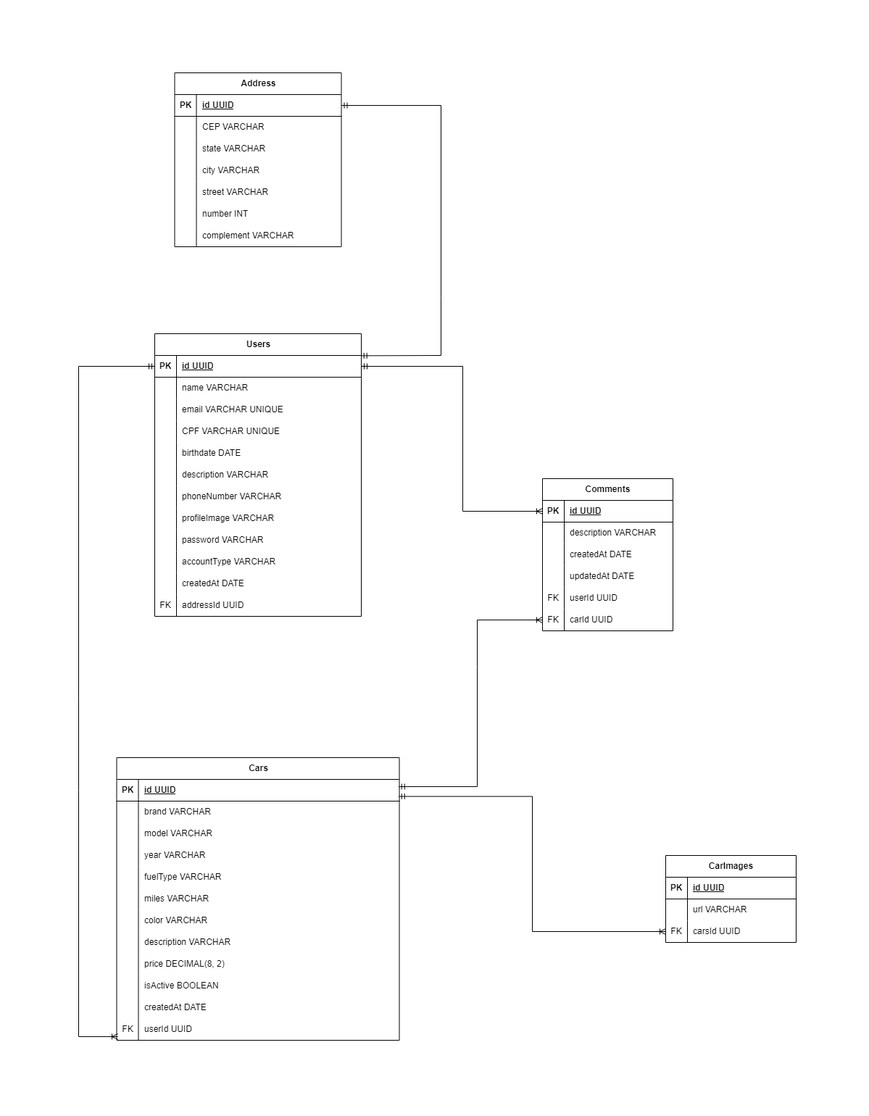
JoabeConrado19/Projeto_FullStack keeps this draw.io diagram as diagramsER.drawio.png. Above is the earlier version. Source tidied: cells renumbered, new cells last; positions are measured from the earlier drawing's top-left corner, leaving out a move shared by most shapes.
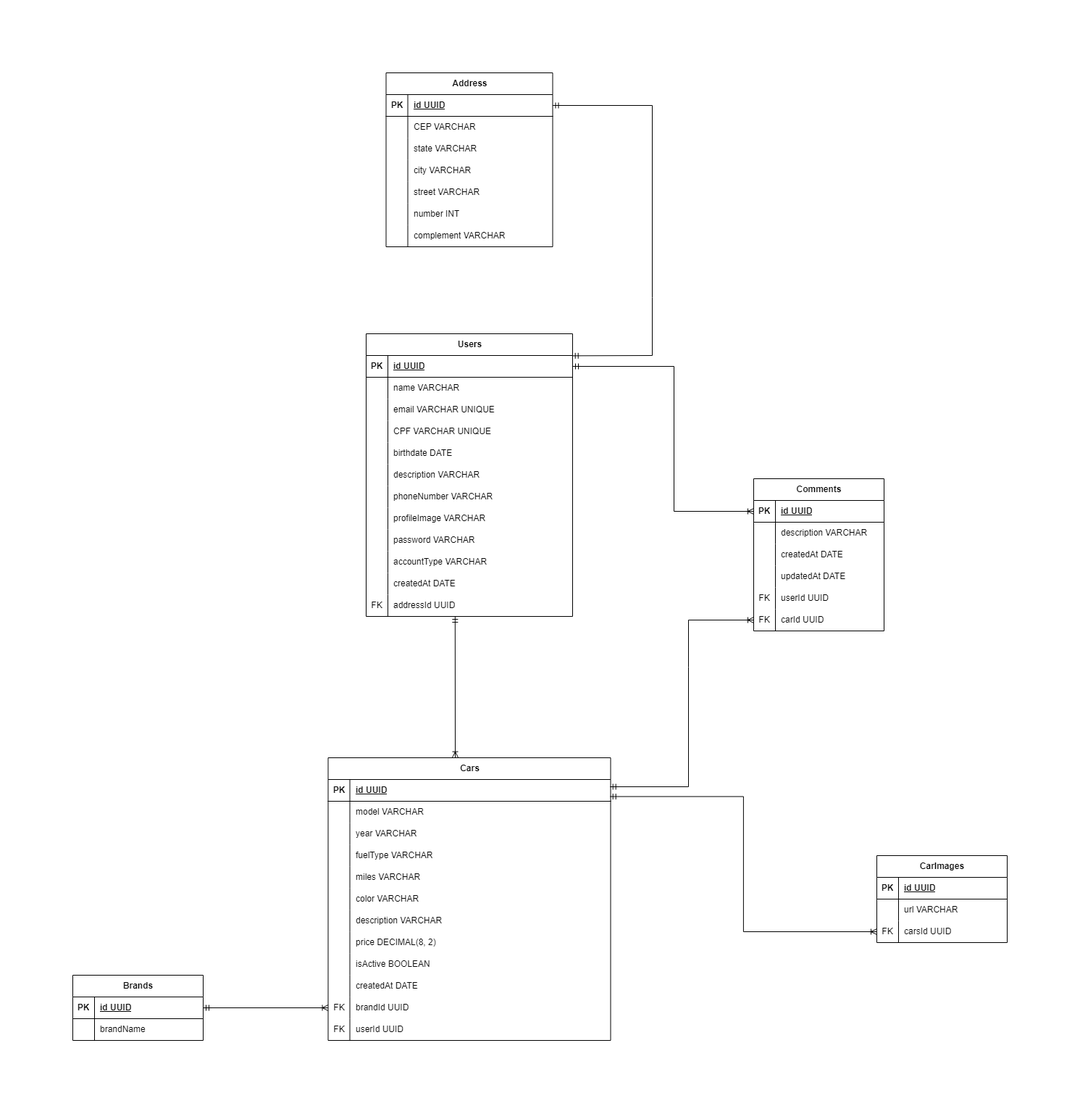
Above is the later version.

Commit message:
add: Added Brands in ER diagram

The edit, as a diff of the source:
```diff
@@ -221,17 +221,8 @@
     <mxCell id="74" value="id UUID" style="shape=partialRectangle;fillColor=none;top=0;left=0;bottom=0;right=0;align=left;spacingLeft=6;fontStyle=5;overflow=hidden;whiteSpace=wrap;html=1;" parent="72" vertex="1">
       <mxGeometry x="30" width="360" height="30" as="geometry" />
     </mxCell>
-    <mxCell id="75" style="shape=tableRow;horizontal=0;startSize=0;swimlaneHead=0;swimlaneBody=0;fillColor=none;points=[[0,0.5],[1,0.5]];portConstraint=eastwest;top=0;left=0;right=0;bottom=0;" parent="71" vertex="1">
-      <mxGeometry y="60" width="390" height="30" as="geometry" />
-    </mxCell>
-    <mxCell id="76" style="shape=partialRectangle;fillColor=none;top=0;left=0;bottom=0;right=0;overflow=hidden;whiteSpace=wrap;html=1;" parent="75" vertex="1">
-      <mxGeometry width="30" height="30" as="geometry" />
-    </mxCell>
-    <mxCell id="77" value="brand VARCHAR" style="shape=partialRectangle;fillColor=none;top=0;left=0;bottom=0;right=0;align=left;spacingLeft=6;overflow=hidden;whiteSpace=wrap;html=1;" parent="75" vertex="1">
-      <mxGeometry x="30" width="360" height="30" as="geometry" />
-    </mxCell>
     <mxCell id="78" style="shape=tableRow;horizontal=0;startSize=0;swimlaneHead=0;swimlaneBody=0;fillColor=none;top=0;left=0;right=0;bottom=0;" parent="71" vertex="1">
-      <mxGeometry y="90" width="390" height="30" as="geometry" />
+      <mxGeometry y="60" width="390" height="30" as="geometry" />
     </mxCell>
     <mxCell id="79" style="shape=partialRectangle;fillColor=none;top=0;left=0;bottom=0;right=0;overflow=hidden;whiteSpace=wrap;html=1;" parent="78" vertex="1">
       <mxGeometry width="30" height="30" as="geometry" />
@@ -240,7 +231,7 @@
       <mxGeometry x="30" width="360" height="30" as="geometry" />
     </mxCell>
     <mxCell id="81" style="shape=tableRow;horizontal=0;startSize=0;swimlaneHead=0;swimlaneBody=0;fillColor=none;top=0;left=0;right=0;bottom=0;" parent="71" vertex="1">
-      <mxGeometry y="120" width="390" height="30" as="geometry" />
+      <mxGeometry y="90" width="390" height="30" as="geometry" />
     </mxCell>
     <mxCell id="82" style="shape=partialRectangle;fillColor=none;top=0;left=0;bottom=0;right=0;overflow=hidden;whiteSpace=wrap;html=1;" parent="81" vertex="1">
       <mxGeometry width="30" height="30" as="geometry" />
@@ -249,7 +240,7 @@
       <mxGeometry x="30" width="360" height="30" as="geometry" />
     </mxCell>
     <mxCell id="84" style="shape=tableRow;horizontal=0;startSize=0;swimlaneHead=0;swimlaneBody=0;fillColor=none;top=0;left=0;right=0;bottom=0;" parent="71" vertex="1">
-      <mxGeometry y="150" width="390" height="30" as="geometry" />
+      <mxGeometry y="120" width="390" height="30" as="geometry" />
     </mxCell>
     <mxCell id="85" style="shape=partialRectangle;fillColor=none;top=0;left=0;bottom=0;right=0;overflow=hidden;whiteSpace=wrap;html=1;" parent="84" vertex="1">
       <mxGeometry width="30" height="30" as="geometry" />
@@ -258,7 +249,7 @@
       <mxGeometry x="30" width="360" height="30" as="geometry" />
     </mxCell>
     <mxCell id="87" style="shape=tableRow;horizontal=0;startSize=0;swimlaneHead=0;swimlaneBody=0;fillColor=none;top=0;left=0;right=0;bottom=0;" parent="71" vertex="1">
-      <mxGeometry y="180" width="390" height="30" as="geometry" />
+      <mxGeometry y="150" width="390" height="30" as="geometry" />
     </mxCell>
     <mxCell id="88" style="shape=partialRectangle;fillColor=none;top=0;left=0;bottom=0;right=0;overflow=hidden;whiteSpace=wrap;html=1;" parent="87" vertex="1">
       <mxGeometry width="30" height="30" as="geometry" />
@@ -267,7 +258,7 @@
       <mxGeometry x="30" width="360" height="30" as="geometry" />
     </mxCell>
     <mxCell id="90" style="shape=tableRow;horizontal=0;startSize=0;swimlaneHead=0;swimlaneBody=0;fillColor=none;top=0;left=0;right=0;bottom=0;" parent="71" vertex="1">
-      <mxGeometry y="210" width="390" height="30" as="geometry" />
+      <mxGeometry y="180" width="390" height="30" as="geometry" />
     </mxCell>
     <mxCell id="91" style="shape=partialRectangle;fillColor=none;top=0;left=0;bottom=0;right=0;overflow=hidden;whiteSpace=wrap;html=1;" parent="90" vertex="1">
       <mxGeometry width="30" height="30" as="geometry" />
@@ -276,7 +267,7 @@
       <mxGeometry x="30" width="360" height="30" as="geometry" />
     </mxCell>
     <mxCell id="93" style="shape=tableRow;horizontal=0;startSize=0;swimlaneHead=0;swimlaneBody=0;fillColor=none;top=0;left=0;right=0;bottom=0;" parent="71" vertex="1">
-      <mxGeometry y="240" width="390" height="30" as="geometry" />
+      <mxGeometry y="210" width="390" height="30" as="geometry" />
     </mxCell>
     <mxCell id="94" style="shape=partialRectangle;fillColor=none;top=0;left=0;bottom=0;right=0;overflow=hidden;whiteSpace=wrap;html=1;" parent="93" vertex="1">
       <mxGeometry width="30" height="30" as="geometry" />
@@ -285,7 +276,7 @@
       <mxGeometry x="30" width="360" height="30" as="geometry" />
     </mxCell>
     <mxCell id="96" style="shape=tableRow;horizontal=0;startSize=0;swimlaneHead=0;swimlaneBody=0;fillColor=none;top=0;left=0;right=0;bottom=0;" parent="71" vertex="1">
-      <mxGeometry y="270" width="390" height="30" as="geometry" />
+      <mxGeometry y="240" width="390" height="30" as="geometry" />
     </mxCell>
     <mxCell id="97" style="shape=partialRectangle;fillColor=none;top=0;left=0;bottom=0;right=0;overflow=hidden;whiteSpace=wrap;html=1;" parent="96" vertex="1">
       <mxGeometry width="30" height="30" as="geometry" />
@@ -294,7 +285,7 @@
       <mxGeometry x="30" width="360" height="30" as="geometry" />
     </mxCell>
     <mxCell id="99" style="shape=tableRow;horizontal=0;startSize=0;swimlaneHead=0;swimlaneBody=0;fillColor=none;top=0;left=0;right=0;bottom=0;" parent="71" vertex="1">
-      <mxGeometry y="300" width="390" height="30" as="geometry" />
+      <mxGeometry y="270" width="390" height="30" as="geometry" />
     </mxCell>
     <mxCell id="100" style="shape=partialRectangle;fillColor=none;top=0;left=0;bottom=0;right=0;overflow=hidden;whiteSpace=wrap;html=1;" parent="99" vertex="1">
       <mxGeometry width="30" height="30" as="geometry" />
@@ -303,7 +294,7 @@
       <mxGeometry x="30" width="360" height="30" as="geometry" />
     </mxCell>
     <mxCell id="102" style="shape=tableRow;horizontal=0;startSize=0;swimlaneHead=0;swimlaneBody=0;fillColor=none;top=0;left=0;right=0;bottom=0;" parent="71" vertex="1">
-      <mxGeometry y="330" width="390" height="30" as="geometry" />
+      <mxGeometry y="300" width="390" height="30" as="geometry" />
     </mxCell>
     <mxCell id="103" style="shape=partialRectangle;fillColor=none;top=0;left=0;bottom=0;right=0;overflow=hidden;whiteSpace=wrap;html=1;" parent="102" vertex="1">
       <mxGeometry width="30" height="30" as="geometry" />
@@ -311,6 +302,15 @@
     <mxCell id="104" value="createdAt DATE&amp;nbsp;" style="shape=partialRectangle;fillColor=none;top=0;left=0;bottom=0;right=0;align=left;spacingLeft=6;overflow=hidden;whiteSpace=wrap;html=1;" parent="102" vertex="1">
       <mxGeometry x="30" width="360" height="30" as="geometry" />
     </mxCell>
+    <mxCell id="75" style="shape=tableRow;horizontal=0;startSize=0;swimlaneHead=0;swimlaneBody=0;fillColor=none;points=[[0,0.5],[1,0.5]];portConstraint=eastwest;top=0;left=0;right=0;bottom=0;" parent="71" vertex="1">
+      <mxGeometry y="330" width="390" height="30" as="geometry" />
+    </mxCell>
+    <mxCell id="76" value="FK" style="shape=partialRectangle;fillColor=none;top=0;left=0;bottom=0;right=0;overflow=hidden;whiteSpace=wrap;html=1;" parent="75" vertex="1">
+      <mxGeometry width="30" height="30" as="geometry" />
+    </mxCell>
+    <mxCell id="77" value="brandId UUID" style="shape=partialRectangle;fillColor=none;top=0;left=0;bottom=0;right=0;align=left;spacingLeft=6;overflow=hidden;whiteSpace=wrap;html=1;" parent="75" vertex="1">
+      <mxGeometry x="30" width="360" height="30" as="geometry" />
+    </mxCell>
     <mxCell id="105" style="shape=tableRow;horizontal=0;startSize=0;swimlaneHead=0;swimlaneBody=0;fillColor=none;points=[[0,0.5],[1,0.5]];portConstraint=eastwest;top=0;left=0;right=0;bottom=0;" parent="71" vertex="1">
       <mxGeometry y="360" width="390" height="30" as="geometry" />
     </mxCell>
@@ -377,16 +377,6 @@
     <mxCell id="126" value="carId UUID" style="shape=partialRectangle;fillColor=none;top=0;left=0;bottom=0;right=0;align=left;spacingLeft=6;overflow=hidden;whiteSpace=wrap;html=1;" parent="124" vertex="1">
       <mxGeometry x="30" width="150" height="30" as="geometry" />
     </mxCell>
-    <mxCell id="127" style="fontSize=12;html=1;endArrow=ERoneToMany;startArrow=ERmandOne;rounded=0;exitX=0;exitY=0.5;exitDx=0;exitDy=0;entryX=0.004;entryY=0.833;entryDx=0;entryDy=0;entryPerimeter=0;" parent="1" edge="1" source="3" target="105">
-      <mxGeometry relative="1" as="geometry">
-        <Array as="points">
-          <mxPoint y="405" />
-          <mxPoint y="860" />
-          <mxPoint y="990" />
-          <mxPoint y="1330" />
-        </Array>
-      </mxGeometry>
-    </mxCell>
     <mxCell id="128" style="edgeStyle=elbowEdgeStyle;fontSize=12;html=1;endArrow=ERoneToMany;startArrow=ERmandOne;rounded=0;entryX=0;entryY=0.5;entryDx=0;entryDy=0;exitX=0.998;exitY=0.784;exitDx=0;exitDy=0;exitPerimeter=0;" parent="1" edge="1" source="72" target="68">
       <mxGeometry relative="1" as="geometry" />
     </mxCell>
@@ -416,5 +406,32 @@
         </Array>
       </mxGeometry>
     </mxCell>
+    <mxCell id="132" style="fontSize=12;html=1;endArrow=ERoneToMany;startArrow=ERmandOne;rounded=0;exitX=0.431;exitY=1.003;exitDx=0;exitDy=0;exitPerimeter=0;entryX=0.45;entryY=-0.001;entryDx=0;entryDy=0;entryPerimeter=0;" parent="1" edge="1" source="36" target="71">
+      <mxGeometry relative="1" as="geometry" />
+    </mxCell>
+    <mxCell id="133" style="fontSize=12;html=1;endArrow=ERoneToMany;startArrow=ERmandOne;rounded=0;entryX=0;entryY=0.5;entryDx=0;entryDy=0;exitX=1;exitY=0.5;exitDx=0;exitDy=0;" parent="1" edge="1" source="135" target="75">
+      <mxGeometry relative="1" as="geometry" />
+    </mxCell>
+    <mxCell id="134" value="Brands" style="shape=table;startSize=30;rowLines=0;fontStyle=1;align=center;html=1;" parent="1" vertex="1">
+      <mxGeometry x="-300" y="1245" width="180" height="90" as="geometry" />
+    </mxCell>
+    <mxCell id="135" style="shape=tableRow;horizontal=0;startSize=0;swimlaneHead=0;swimlaneBody=0;fillColor=none;points=[[0,0.5],[1,0.5]];portConstraint=eastwest;top=0;left=0;right=0;bottom=1;" parent="134" vertex="1">
+      <mxGeometry y="30" width="180" height="30" as="geometry" />
+    </mxCell>
+    <mxCell id="136" value="PK" style="shape=partialRectangle;fillColor=none;top=0;left=0;bottom=0;right=0;fontStyle=1;overflow=hidden;whiteSpace=wrap;html=1;" parent="135" vertex="1">
+      <mxGeometry width="30" height="30" as="geometry" />
+    </mxCell>
+    <mxCell id="137" value="id UUID" style="shape=partialRectangle;fillColor=none;top=0;left=0;bottom=0;right=0;align=left;spacingLeft=6;fontStyle=5;overflow=hidden;whiteSpace=wrap;html=1;" parent="135" vertex="1">
+      <mxGeometry x="30" width="150" height="30" as="geometry" />
+    </mxCell>
+    <mxCell id="138" style="shape=tableRow;horizontal=0;startSize=0;swimlaneHead=0;swimlaneBody=0;fillColor=none;top=0;left=0;right=0;bottom=0;" parent="134" vertex="1">
+      <mxGeometry y="60" width="180" height="30" as="geometry" />
+    </mxCell>
+    <mxCell id="139" style="shape=partialRectangle;fillColor=none;top=0;left=0;bottom=0;right=0;overflow=hidden;whiteSpace=wrap;html=1;" parent="138" vertex="1">
+      <mxGeometry width="30" height="30" as="geometry" />
+    </mxCell>
+    <mxCell id="140" value="brandName" style="shape=partialRectangle;fillColor=none;top=0;left=0;bottom=0;right=0;align=left;spacingLeft=6;overflow=hidden;whiteSpace=wrap;html=1;" parent="138" vertex="1">
+      <mxGeometry x="30" width="150" height="30" as="geometry" />
+    </mxCell>
   </root>
 </mxGraphModel>
```
